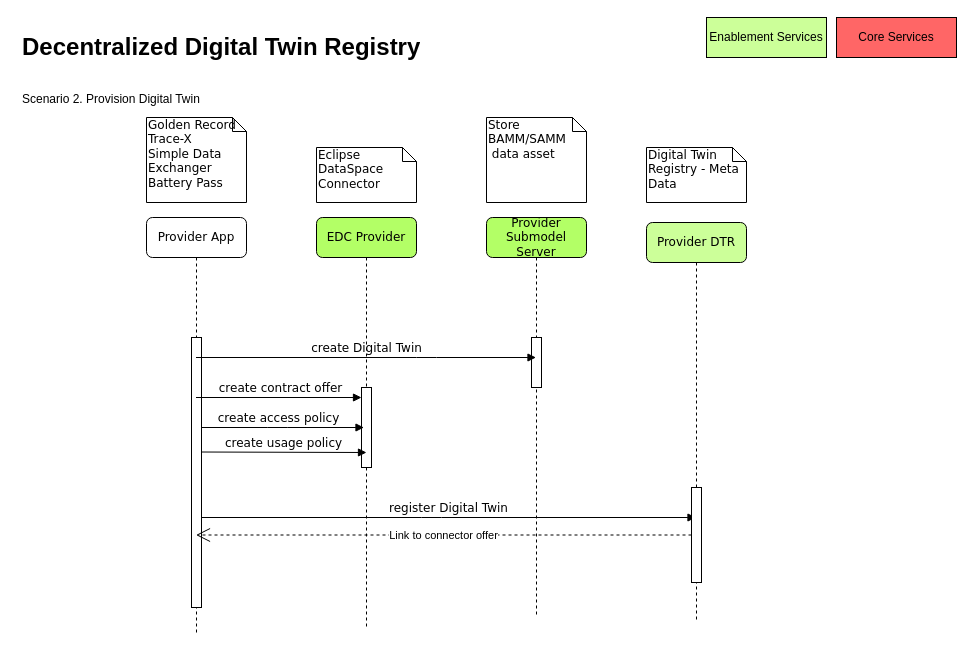
This is docs/media/drawings/decentrilzedDTR-ProvisionDigitalTwin.drawio from eclipse-tractusx/sldt-bpn-discovery, a draw.io file, before an edit. Source tidied: cells renumbered, new cells numbered last; positions are measured from the earlier drawing's top-left corner, leaving out a move shared by most shapes. Both pictures are drawn from the tidied source at 100%, with x=0, y=0 at pixel (17, 17).
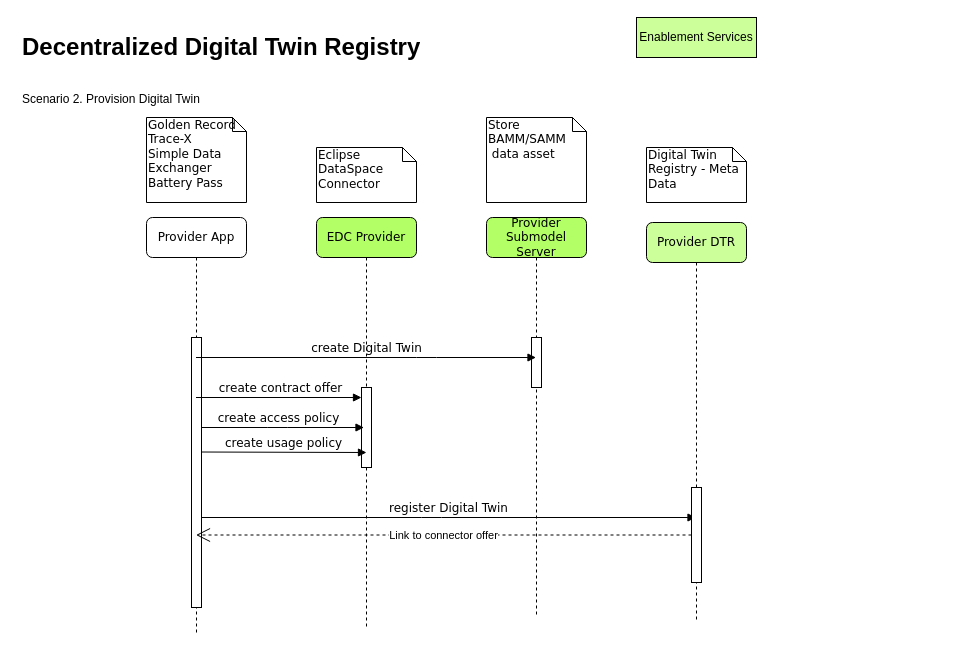
After the change.

Diff of the diagram source:
```diff
@@
     <mxCell id="21" value="Enablement Services" style="rounded=0;whiteSpace=wrap;html=1;fillColor=#CCFF99;" parent="1" vertex="1">
-      <mxGeometry x="689" width="120" height="40" as="geometry" />
+      <mxGeometry x="619" width="120" height="40" as="geometry" />
     </mxCell>
-    <mxCell id="22" value="Core Services" style="rounded=0;whiteSpace=wrap;html=1;fillColor=#FF6666;" parent="1" vertex="1">
-      <mxGeometry x="819" width="120" height="40" as="geometry" />
-    </mxCell>
```
